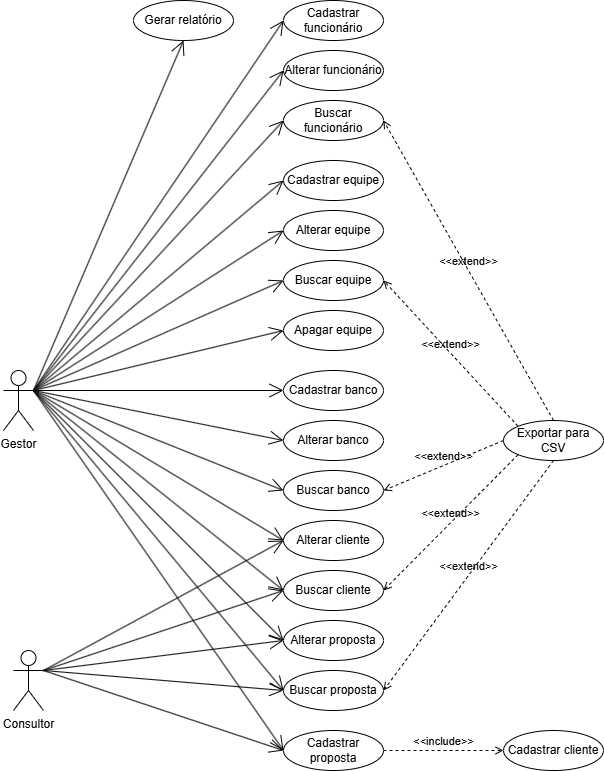
Above: images/diagrama de caso de uso.png in Hilan-CP/JSF-corban-multibancos (draw.io), before the change. Source tidied: cells renumbered, new cells last; positions are measured from the earlier drawing's top-left corner, leaving out a move shared by most shapes. Source of this version:
```xml
<mxGraphModel>
  <root>
    <mxCell id="0" />
    <mxCell id="1" parent="0" />
    <mxCell id="2" value="Gestor" style="shape=umlActor;verticalLabelPosition=bottom;verticalAlign=top;html=1;" parent="1" vertex="1">
      <mxGeometry y="370" width="30" height="60" as="geometry" />
    </mxCell>
    <mxCell id="3" value="Exportar para CSV" style="ellipse;whiteSpace=wrap;html=1;" parent="1" vertex="1">
      <mxGeometry x="500" y="420" width="100" height="40" as="geometry" />
    </mxCell>
    <mxCell id="4" value="Gerar relatório" style="ellipse;whiteSpace=wrap;html=1;" parent="1" vertex="1">
      <mxGeometry x="130" width="100" height="40" as="geometry" />
    </mxCell>
    <mxCell id="5" style="group;" parent="1" vertex="1">
      <mxGeometry x="280" width="100" height="140" as="geometry" />
    </mxCell>
    <mxCell id="6" value="Cadastrar funcionário" style="ellipse;whiteSpace=wrap;html=1;" parent="5" vertex="1">
      <mxGeometry width="100" height="40" as="geometry" />
    </mxCell>
    <mxCell id="7" value="Alterar funcionário" style="ellipse;whiteSpace=wrap;html=1;" parent="5" vertex="1">
      <mxGeometry y="50" width="100" height="40" as="geometry" />
    </mxCell>
    <mxCell id="8" value="Buscar funcionário" style="ellipse;whiteSpace=wrap;html=1;" parent="5" vertex="1">
      <mxGeometry y="100" width="100" height="40" as="geometry" />
    </mxCell>
    <mxCell id="9" style="group;" parent="1" vertex="1">
      <mxGeometry x="280" y="160" width="100" height="190" as="geometry" />
    </mxCell>
    <mxCell id="10" value="Apagar equipe" style="ellipse;whiteSpace=wrap;html=1;" parent="9" vertex="1">
      <mxGeometry y="150" width="100" height="40" as="geometry" />
    </mxCell>
    <mxCell id="11" value="Cadastrar equipe" style="ellipse;whiteSpace=wrap;html=1;" parent="9" vertex="1">
      <mxGeometry width="100" height="40" as="geometry" />
    </mxCell>
    <mxCell id="12" value="Alterar equipe" style="ellipse;whiteSpace=wrap;html=1;" parent="9" vertex="1">
      <mxGeometry y="50" width="100" height="40" as="geometry" />
    </mxCell>
    <mxCell id="13" value="Buscar equipe" style="ellipse;whiteSpace=wrap;html=1;" parent="9" vertex="1">
      <mxGeometry y="100" width="100" height="40" as="geometry" />
    </mxCell>
    <mxCell id="14" style="group;" parent="1" vertex="1">
      <mxGeometry x="280" y="370" width="100" height="140" as="geometry" />
    </mxCell>
    <mxCell id="15" value="Cadastrar banco" style="ellipse;whiteSpace=wrap;html=1;" parent="14" vertex="1">
      <mxGeometry width="100" height="40" as="geometry" />
    </mxCell>
    <mxCell id="16" value="Buscar banco" style="ellipse;whiteSpace=wrap;html=1;" parent="14" vertex="1">
      <mxGeometry y="100" width="100" height="40" as="geometry" />
    </mxCell>
    <mxCell id="17" value="Alterar banco" style="ellipse;whiteSpace=wrap;html=1;" parent="14" vertex="1">
      <mxGeometry y="50" width="100" height="40" as="geometry" />
    </mxCell>
    <mxCell id="18" value="Cadastrar cliente" style="ellipse;whiteSpace=wrap;html=1;" parent="1" vertex="1">
      <mxGeometry x="500" y="730" width="100" height="40" as="geometry" />
    </mxCell>
    <mxCell id="19" style="group;" parent="1" vertex="1">
      <mxGeometry x="280" y="520" width="100" height="90" as="geometry" />
    </mxCell>
    <mxCell id="20" value="Alterar cliente" style="ellipse;whiteSpace=wrap;html=1;" parent="19" vertex="1">
      <mxGeometry width="100" height="40" as="geometry" />
    </mxCell>
    <mxCell id="21" value="Buscar cliente" style="ellipse;whiteSpace=wrap;html=1;" parent="19" vertex="1">
      <mxGeometry y="50" width="100" height="40" as="geometry" />
    </mxCell>
    <mxCell id="22" value="&amp;lt;&amp;lt;include&amp;gt;&amp;gt;" style="html=1;verticalAlign=bottom;labelBackgroundColor=none;endArrow=open;endFill=0;dashed=1;rounded=0;entryX=0;entryY=0.5;entryDx=0;entryDy=0;exitX=1;exitY=0.5;exitDx=0;exitDy=0;" parent="1" edge="1" source="23" target="18">
      <mxGeometry relative="1" as="geometry" />
    </mxCell>
    <mxCell id="23" value="Cadastrar proposta" style="ellipse;whiteSpace=wrap;html=1;" parent="1" vertex="1">
      <mxGeometry x="280" y="730" width="100" height="40" as="geometry" />
    </mxCell>
    <mxCell id="24" style="group;" parent="1" vertex="1">
      <mxGeometry x="280" y="620" width="100" height="90" as="geometry" />
    </mxCell>
    <mxCell id="25" value="Alterar proposta" style="ellipse;whiteSpace=wrap;html=1;" parent="24" vertex="1">
      <mxGeometry width="100" height="40" as="geometry" />
    </mxCell>
    <mxCell id="26" value="Buscar proposta" style="ellipse;whiteSpace=wrap;html=1;" parent="24" vertex="1">
      <mxGeometry y="50" width="100" height="40" as="geometry" />
    </mxCell>
    <mxCell id="27" value="&amp;lt;&amp;lt;extend&amp;gt;&amp;gt;" style="html=1;verticalAlign=bottom;labelBackgroundColor=none;endArrow=open;endFill=0;dashed=1;rounded=0;exitX=0.5;exitY=0;exitDx=0;exitDy=0;entryX=1;entryY=0.5;entryDx=0;entryDy=0;" parent="1" edge="1" source="3" target="8">
      <mxGeometry relative="1" as="geometry" />
    </mxCell>
    <mxCell id="28" value="&amp;lt;&amp;lt;extend&amp;gt;&amp;gt;" style="html=1;verticalAlign=bottom;labelBackgroundColor=none;endArrow=open;endFill=0;dashed=1;rounded=0;exitX=0;exitY=0;exitDx=0;exitDy=0;entryX=1;entryY=0.5;entryDx=0;entryDy=0;" parent="1" edge="1" source="3" target="13">
      <mxGeometry relative="1" as="geometry" />
    </mxCell>
    <mxCell id="29" value="&amp;lt;&amp;lt;extend&amp;gt;&amp;gt;" style="html=1;verticalAlign=bottom;labelBackgroundColor=none;endArrow=open;endFill=0;dashed=1;rounded=0;exitX=0;exitY=0.5;exitDx=0;exitDy=0;entryX=1;entryY=0.5;entryDx=0;entryDy=0;" parent="1" edge="1" source="3" target="16">
      <mxGeometry relative="1" as="geometry" />
    </mxCell>
    <mxCell id="30" value="&amp;lt;&amp;lt;extend&amp;gt;&amp;gt;" style="html=1;verticalAlign=bottom;labelBackgroundColor=none;endArrow=open;endFill=0;dashed=1;rounded=0;exitX=0;exitY=1;exitDx=0;exitDy=0;entryX=1;entryY=0.5;entryDx=0;entryDy=0;" parent="1" edge="1" source="3" target="21">
      <mxGeometry relative="1" as="geometry" />
    </mxCell>
    <mxCell id="31" value="&amp;lt;&amp;lt;extend&amp;gt;&amp;gt;" style="html=1;verticalAlign=bottom;labelBackgroundColor=none;endArrow=open;endFill=0;dashed=1;rounded=0;exitX=0.5;exitY=1;exitDx=0;exitDy=0;entryX=1;entryY=0.5;entryDx=0;entryDy=0;" parent="1" edge="1" source="3" target="26">
      <mxGeometry relative="1" as="geometry" />
    </mxCell>
    <mxCell id="32" style="endArrow=open;endFill=1;endSize=12;html=1;rounded=0;entryX=0.5;entryY=1;entryDx=0;entryDy=0;exitX=1;exitY=0.3333333333333333;exitDx=0;exitDy=0;exitPerimeter=0;" parent="1" edge="1" source="2" target="4">
      <mxGeometry relative="1" as="geometry" />
    </mxCell>
    <mxCell id="33" style="endArrow=open;endFill=1;endSize=12;html=1;rounded=0;entryX=0;entryY=0.5;entryDx=0;entryDy=0;exitX=1;exitY=0.3333333333333333;exitDx=0;exitDy=0;exitPerimeter=0;" parent="1" edge="1" source="2" target="6">
      <mxGeometry relative="1" as="geometry" />
    </mxCell>
    <mxCell id="34" style="endArrow=open;endFill=1;endSize=12;html=1;rounded=0;entryX=0;entryY=0.5;entryDx=0;entryDy=0;exitX=1;exitY=0.3333333333333333;exitDx=0;exitDy=0;exitPerimeter=0;" parent="1" edge="1" source="2" target="7">
      <mxGeometry relative="1" as="geometry" />
    </mxCell>
    <mxCell id="35" style="endArrow=open;endFill=1;endSize=12;html=1;rounded=0;entryX=0;entryY=0.5;entryDx=0;entryDy=0;exitX=1;exitY=0.3333333333333333;exitDx=0;exitDy=0;exitPerimeter=0;" parent="1" edge="1" source="2" target="8">
      <mxGeometry relative="1" as="geometry" />
    </mxCell>
    <mxCell id="36" style="endArrow=open;endFill=1;endSize=12;html=1;rounded=0;entryX=0;entryY=0.5;entryDx=0;entryDy=0;exitX=1;exitY=0.3333333333333333;exitDx=0;exitDy=0;exitPerimeter=0;" parent="1" edge="1" source="2" target="11">
      <mxGeometry relative="1" as="geometry" />
    </mxCell>
    <mxCell id="37" style="endArrow=open;endFill=1;endSize=12;html=1;rounded=0;entryX=0;entryY=0.5;entryDx=0;entryDy=0;exitX=1;exitY=0.3333333333333333;exitDx=0;exitDy=0;exitPerimeter=0;" parent="1" edge="1" source="2" target="12">
      <mxGeometry relative="1" as="geometry" />
    </mxCell>
    <mxCell id="38" style="endArrow=open;endFill=1;endSize=12;html=1;rounded=0;exitX=1;exitY=0.3333333333333333;exitDx=0;exitDy=0;exitPerimeter=0;entryX=0;entryY=0.5;entryDx=0;entryDy=0;" parent="1" edge="1" source="2" target="13">
      <mxGeometry relative="1" as="geometry" />
    </mxCell>
    <mxCell id="39" style="endArrow=open;endFill=1;endSize=12;html=1;rounded=0;entryX=0;entryY=0.5;entryDx=0;entryDy=0;exitX=1;exitY=0.3333333333333333;exitDx=0;exitDy=0;exitPerimeter=0;" parent="1" edge="1" source="2" target="10">
      <mxGeometry relative="1" as="geometry" />
    </mxCell>
    <mxCell id="40" style="endArrow=open;endFill=1;endSize=12;html=1;rounded=0;exitX=1;exitY=0.3333333333333333;exitDx=0;exitDy=0;exitPerimeter=0;entryX=0;entryY=0.5;entryDx=0;entryDy=0;" parent="1" edge="1" source="2" target="15">
      <mxGeometry relative="1" as="geometry" />
    </mxCell>
    <mxCell id="41" style="endArrow=open;endFill=1;endSize=12;html=1;rounded=0;exitX=1;exitY=0.3333333333333333;exitDx=0;exitDy=0;exitPerimeter=0;entryX=0;entryY=0.5;entryDx=0;entryDy=0;" parent="1" edge="1" source="2" target="17">
      <mxGeometry relative="1" as="geometry" />
    </mxCell>
    <mxCell id="42" style="endArrow=open;endFill=1;endSize=12;html=1;rounded=0;exitX=1;exitY=0.3333333333333333;exitDx=0;exitDy=0;exitPerimeter=0;" parent="1" edge="1" source="2">
      <mxGeometry relative="1" as="geometry">
        <mxPoint x="280" y="490" as="targetPoint" />
      </mxGeometry>
    </mxCell>
    <mxCell id="43" style="endArrow=open;endFill=1;endSize=12;html=1;rounded=0;entryX=0;entryY=0.5;entryDx=0;entryDy=0;exitX=1;exitY=0.3333333333333333;exitDx=0;exitDy=0;exitPerimeter=0;" parent="1" edge="1" source="2" target="20">
      <mxGeometry relative="1" as="geometry" />
    </mxCell>
    <mxCell id="44" style="endArrow=open;endFill=1;endSize=12;html=1;rounded=0;entryX=0;entryY=0.5;entryDx=0;entryDy=0;exitX=1;exitY=0.3333333333333333;exitDx=0;exitDy=0;exitPerimeter=0;" parent="1" edge="1" source="2" target="21">
      <mxGeometry relative="1" as="geometry" />
    </mxCell>
    <mxCell id="45" style="endArrow=open;endFill=1;endSize=12;html=1;rounded=0;exitX=1;exitY=0.3333333333333333;exitDx=0;exitDy=0;exitPerimeter=0;entryX=0;entryY=0.5;entryDx=0;entryDy=0;" parent="1" edge="1" source="2" target="25">
      <mxGeometry relative="1" as="geometry" />
    </mxCell>
    <mxCell id="46" style="endArrow=open;endFill=1;endSize=12;html=1;rounded=0;exitX=1;exitY=0.3333333333333333;exitDx=0;exitDy=0;exitPerimeter=0;entryX=0;entryY=0.5;entryDx=0;entryDy=0;" parent="1" edge="1" source="2" target="26">
      <mxGeometry relative="1" as="geometry" />
    </mxCell>
    <mxCell id="47" style="endArrow=open;endFill=1;endSize=12;html=1;rounded=0;exitX=1;exitY=0.3333333333333333;exitDx=0;exitDy=0;exitPerimeter=0;entryX=0;entryY=0.5;entryDx=0;entryDy=0;" parent="1" edge="1" source="2" target="23">
      <mxGeometry relative="1" as="geometry" />
    </mxCell>
    <mxCell id="48" value="Consultor" style="shape=umlActor;verticalLabelPosition=bottom;verticalAlign=top;html=1;" parent="1" vertex="1">
      <mxGeometry x="10" y="650" width="30" height="60" as="geometry" />
    </mxCell>
    <mxCell id="49" style="endArrow=open;endFill=1;endSize=12;html=1;rounded=0;exitX=1;exitY=0.3333333333333333;exitDx=0;exitDy=0;exitPerimeter=0;entryX=0;entryY=0.5;entryDx=0;entryDy=0;" parent="1" edge="1" source="48" target="20">
      <mxGeometry relative="1" as="geometry" />
    </mxCell>
    <mxCell id="50" style="endArrow=open;endFill=1;endSize=12;html=1;rounded=0;exitX=1;exitY=0.3333333333333333;exitDx=0;exitDy=0;exitPerimeter=0;entryX=0;entryY=0.5;entryDx=0;entryDy=0;" parent="1" edge="1" source="48" target="21">
      <mxGeometry relative="1" as="geometry" />
    </mxCell>
    <mxCell id="51" style="endArrow=open;endFill=1;endSize=12;html=1;rounded=0;exitX=1;exitY=0.3333333333333333;exitDx=0;exitDy=0;exitPerimeter=0;entryX=0;entryY=0.5;entryDx=0;entryDy=0;" parent="1" edge="1" source="48" target="25">
      <mxGeometry relative="1" as="geometry" />
    </mxCell>
    <mxCell id="52" style="endArrow=open;endFill=1;endSize=12;html=1;rounded=0;exitX=1;exitY=0.3333333333333333;exitDx=0;exitDy=0;exitPerimeter=0;entryX=0;entryY=0.5;entryDx=0;entryDy=0;" parent="1" edge="1" source="48" target="26">
      <mxGeometry relative="1" as="geometry" />
    </mxCell>
    <mxCell id="53" style="endArrow=open;endFill=1;endSize=12;html=1;rounded=0;exitX=1;exitY=0.3333333333333333;exitDx=0;exitDy=0;exitPerimeter=0;entryX=0;entryY=0.5;entryDx=0;entryDy=0;" parent="1" edge="1" source="48" target="23">
      <mxGeometry relative="1" as="geometry" />
    </mxCell>
  </root>
</mxGraphModel>
```
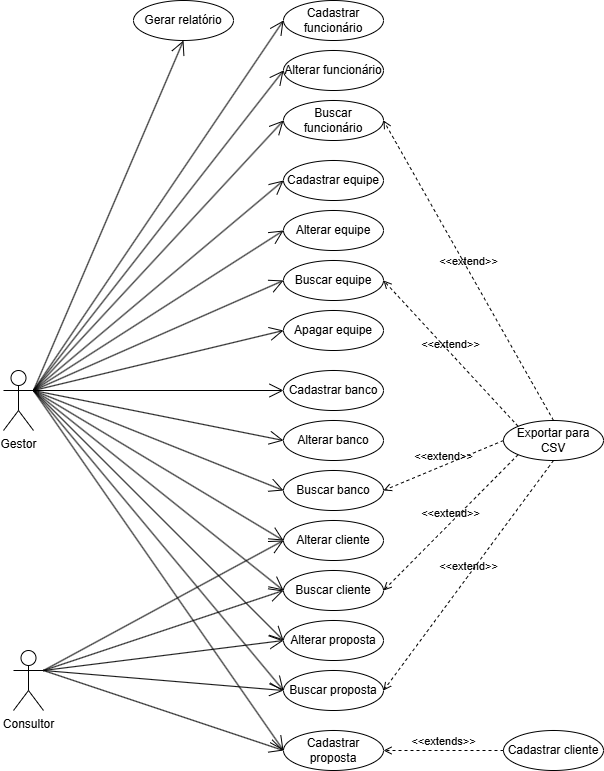
Above is the later version.

What changed in the source:
```diff
@@ -62,7 +62,7 @@
     <mxCell id="21" value="Buscar cliente" style="ellipse;whiteSpace=wrap;html=1;" parent="19" vertex="1">
       <mxGeometry y="50" width="100" height="40" as="geometry" />
     </mxCell>
-    <mxCell id="22" value="&amp;lt;&amp;lt;include&amp;gt;&amp;gt;" style="html=1;verticalAlign=bottom;labelBackgroundColor=none;endArrow=open;endFill=0;dashed=1;rounded=0;entryX=0;entryY=0.5;entryDx=0;entryDy=0;exitX=1;exitY=0.5;exitDx=0;exitDy=0;" parent="1" edge="1" source="23" target="18">
+    <mxCell id="22" value="&amp;lt;&amp;lt;extends&lt;span style=&quot;background-color: initial;&quot;&gt;&amp;gt;&amp;gt;&lt;/span&gt;" style="html=1;verticalAlign=bottom;labelBackgroundColor=none;endArrow=open;endFill=0;dashed=1;rounded=0;exitX=0;exitY=0.5;exitDx=0;exitDy=0;entryX=1;entryY=0.5;entryDx=0;entryDy=0;" parent="1" edge="1" source="18" target="23">
       <mxGeometry relative="1" as="geometry" />
     </mxCell>
     <mxCell id="23" value="Cadastrar proposta" style="ellipse;whiteSpace=wrap;html=1;" parent="1" vertex="1">
```
